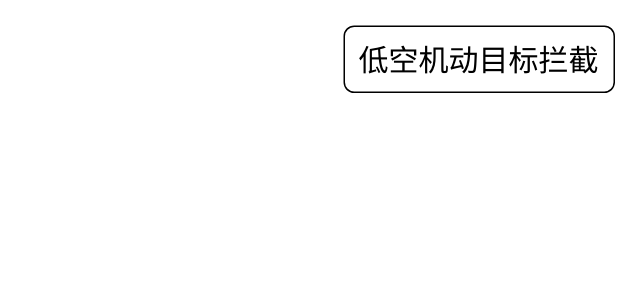
master-fency/plot keeps this draw.io diagram as 低空拦截.drawio. Above is the earlier version. Source tidied: cells renumbered, new cells numbered last; positions are measured from the earlier drawing's top-left corner, leaving out a move shared by most shapes. Both pictures are drawn from the tidied source at 150%, with x=0, y=0 at pixel (344, 26).
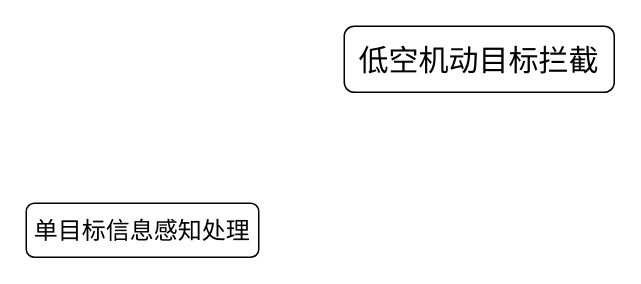
Above is the later version.

Commit message (it also covers changes not shown here):
更新低空拦截.drawio

What changed in the source:
```diff
@@
 <mxGraphModel>
   <root>
     <mxCell id="0" />
     <mxCell id="1" parent="0" />
     <mxCell id="2" value="&lt;font style=&quot;font-size: 20px;&quot; face=&quot;Times New Roman&quot;&gt;低空机动目标拦截&lt;/font&gt;" style="rounded=1;whiteSpace=wrap;html=1;roundedPerimeter=1;fontFamily=Times New Roman;" parent="1" vertex="1">
       <mxGeometry width="180" height="44" as="geometry" />
     </mxCell>
+    <mxCell id="3" value="&lt;font style=&quot;font-size: 16px;&quot; face=&quot;Times New Roman&quot;&gt;单目标信息感知处理&lt;/font&gt;" style="rounded=1;whiteSpace=wrap;html=1;roundedPerimeter=1;fontFamily=Times New Roman;" parent="1" vertex="1">
+      <mxGeometry x="-212" y="118" width="155" height="36" as="geometry" />
+    </mxCell>
   </root>
 </mxGraphModel>
```
